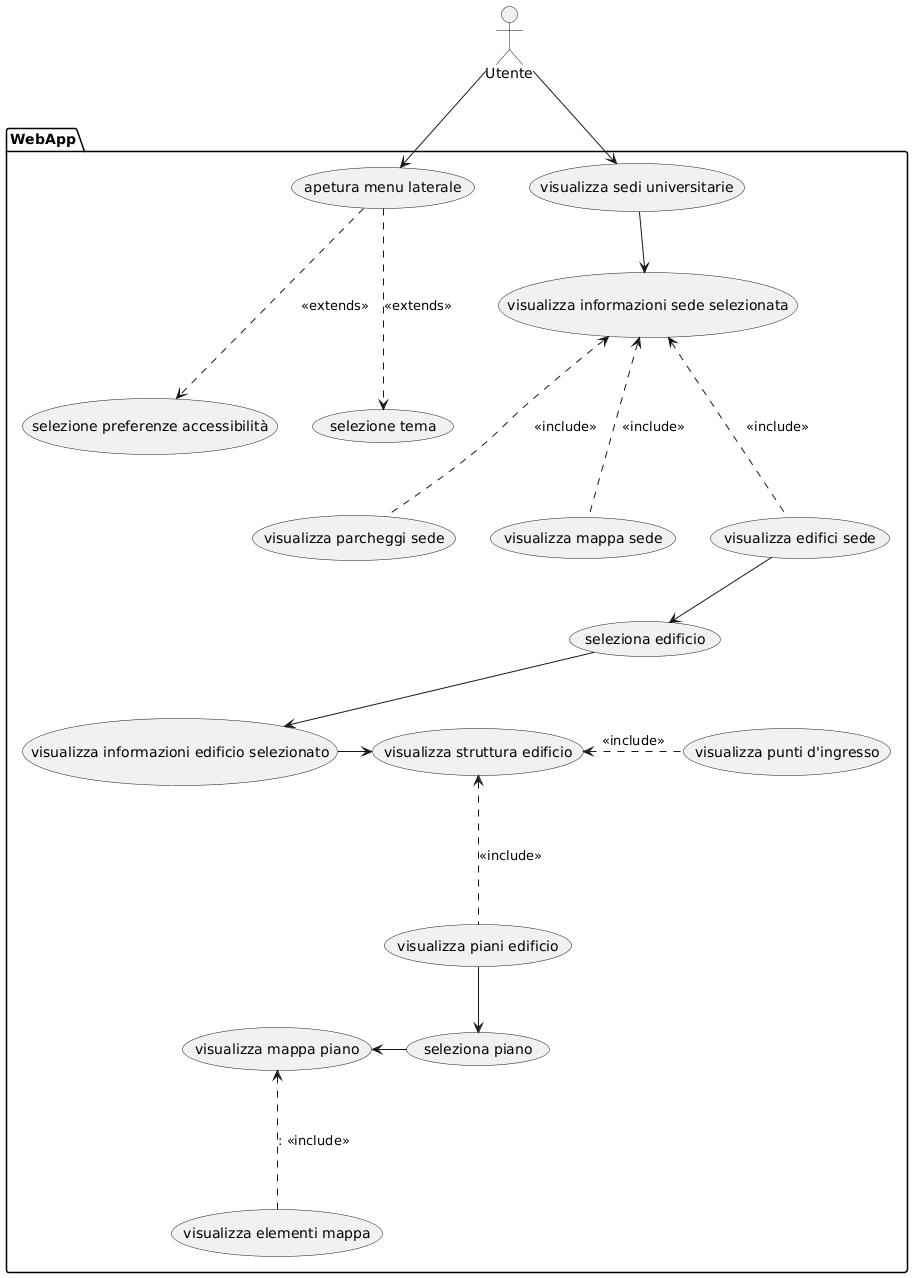
This is Diagrammi UML/Use Case/Use case Diagram.png from F-Bucci/AccessiBG, a PlantUML export, as it was before one commit.
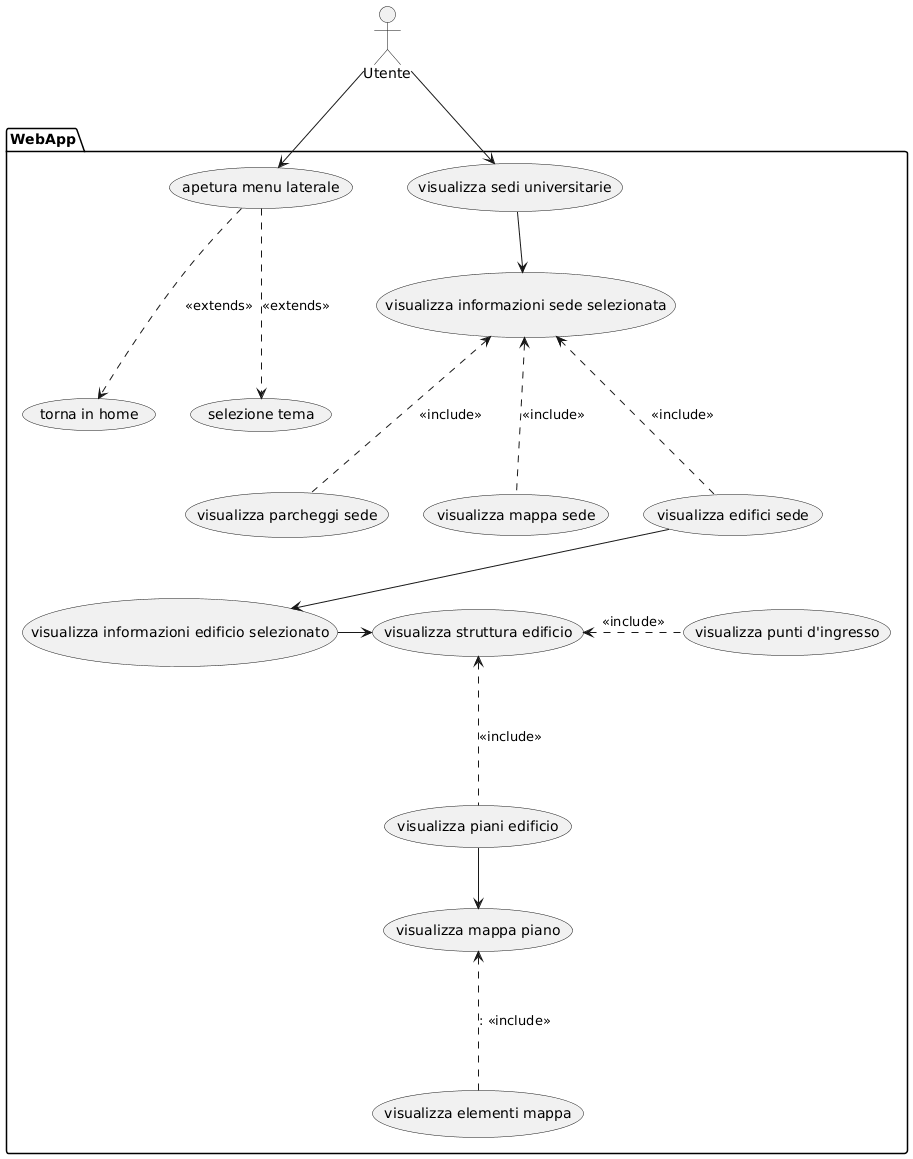
Above is the later version.

Commit message:
Aggiornamento Use Case Diagram

Cambiato nome del file di codice dell'Use Case Diagram, e ho aggiornato la struttura di tale diagramma.

What changed in the source:
```diff
@@ -3,36 +3,32 @@
 
 package WebApp {
 (apetura menu laterale) as (menu)
-(selezione preferenze accessibilità) as (pref)
+(torna in home) as (home)
 (selezione tema) as (tema)
 (visualizza sedi universitarie) as (vSedi)
 (visualizza informazioni sede selezionata) as (infoSede)
 (visualizza parcheggi sede) as (park)
 (visualizza mappa sede) as (mappasede)
 (visualizza edifici sede) as (eSedi)
-(seleziona edificio) as (sEdificio)
 (visualizza informazioni edificio selezionato) as (vEdificio)
 (visualizza punti d'ingresso) as (ingresso)
 (visualizza struttura edificio) as (struttura)
 (visualizza piani edificio) as (vPiani)
 (visualizza mappa piano) as (infoMappa)
-(seleziona piano) as (sPiano)
 (visualizza elementi mappa) as (em)
 
-(menu) --.> (pref) : <<extends>>
+(menu) --.> (home) : <<extends>>
 (menu) --.> (tema) : <<extends>>
 (vSedi) -down-> (infoSede)
 (infoSede) <--. (park) : <<include>>
 (infoSede) <--. (mappasede) : <<include>>
 (infoSede) <--. (eSedi) : <<include>>
-(eSedi) --> (sEdificio)
-(sEdificio) --> (vEdificio)
+(eSedi) --> (vEdificio)
 (struttura) <-right-. (ingresso) : <<include>>
 
 (vEdificio) -right-> (struttura)
 (struttura) <--. (vPiani) : <<include>>
-(vPiani) --> (sPiano)
-(sPiano) -left-> (infoMappa)
+(vPiani) --> (infoMappa)
 (infoMappa) <.-- (em) :: <<include>>
 }
 Ut --> (vSedi)
```
